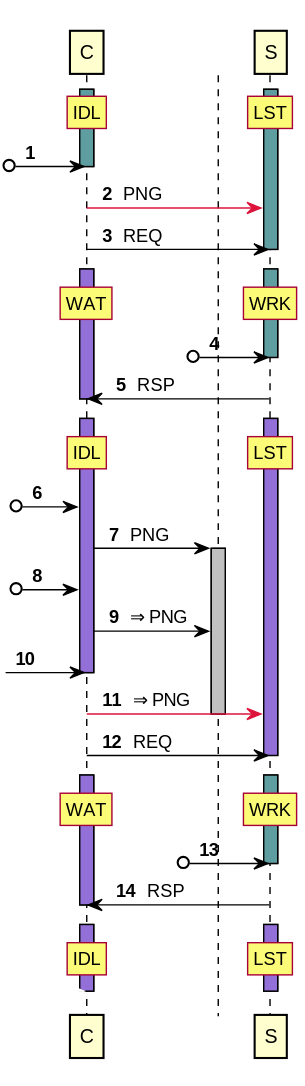
orenbenkiki/total-space keeps this PlantUML diagram as tests/expected/test_client_server/sequence.svg. Above is the earlier version.
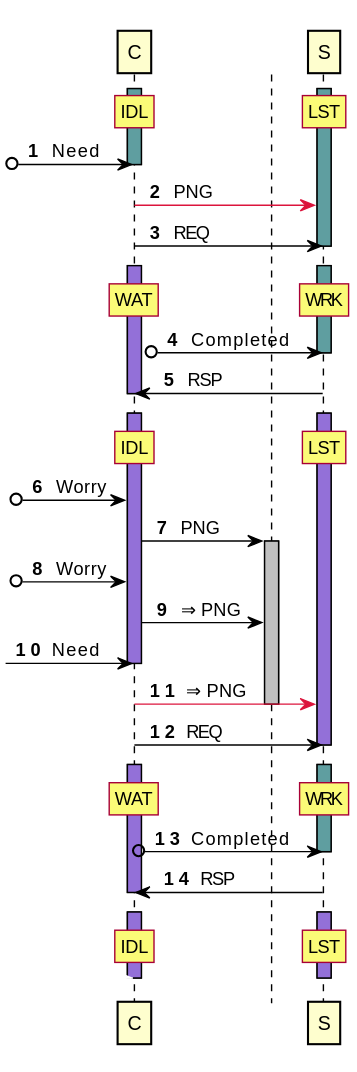
After the change.

What changed in the source:
```diff
@@ -16,7 +16,7 @@
 activate A1 #CadetBlue
 rnote over A0 : IDL
 / rnote over A1 : LST
-?o-> A0
+?o-> A0 : Need
 deactivate A0
 A0 -[#Crimson]> A1 : PNG
 deactivate A0
@@ -30,7 +30,7 @@
 activate A1 #CadetBlue
 rnote over A0 : WAT
 / rnote over A1 : WRK
-?o-> A1
+?o-> A1 : Completed
 deactivate A1
 A1 -> A0 : RSP
 deactivate A1
@@ -42,13 +42,13 @@
 activate A0 #MediumPurple
 rnote over A1 : LST
 / rnote over A0 : IDL
-?o-> A0
+?o-> A0 : Worry
 control " " as T0 order 10101
 A0 -> T0 : PNG
 activate T0 #Silver
-?o-> A0
+?o-> A0 : Worry
 A0 -> T0 : &#8658; PNG
-?o-> A0
+?o-> A0 : Need
 deactivate A0
 A0 -[#Crimson]> A1 : &#8658; PNG
 deactivate T0
@@ -63,7 +63,7 @@
 activate A1 #CadetBlue
 rnote over A0 : WAT
 / rnote over A1 : WRK
-?o-> A1
+?o-> A1 : Completed
 deactivate A1
 A1 -> A0 : RSP
 deactivate A1
```
